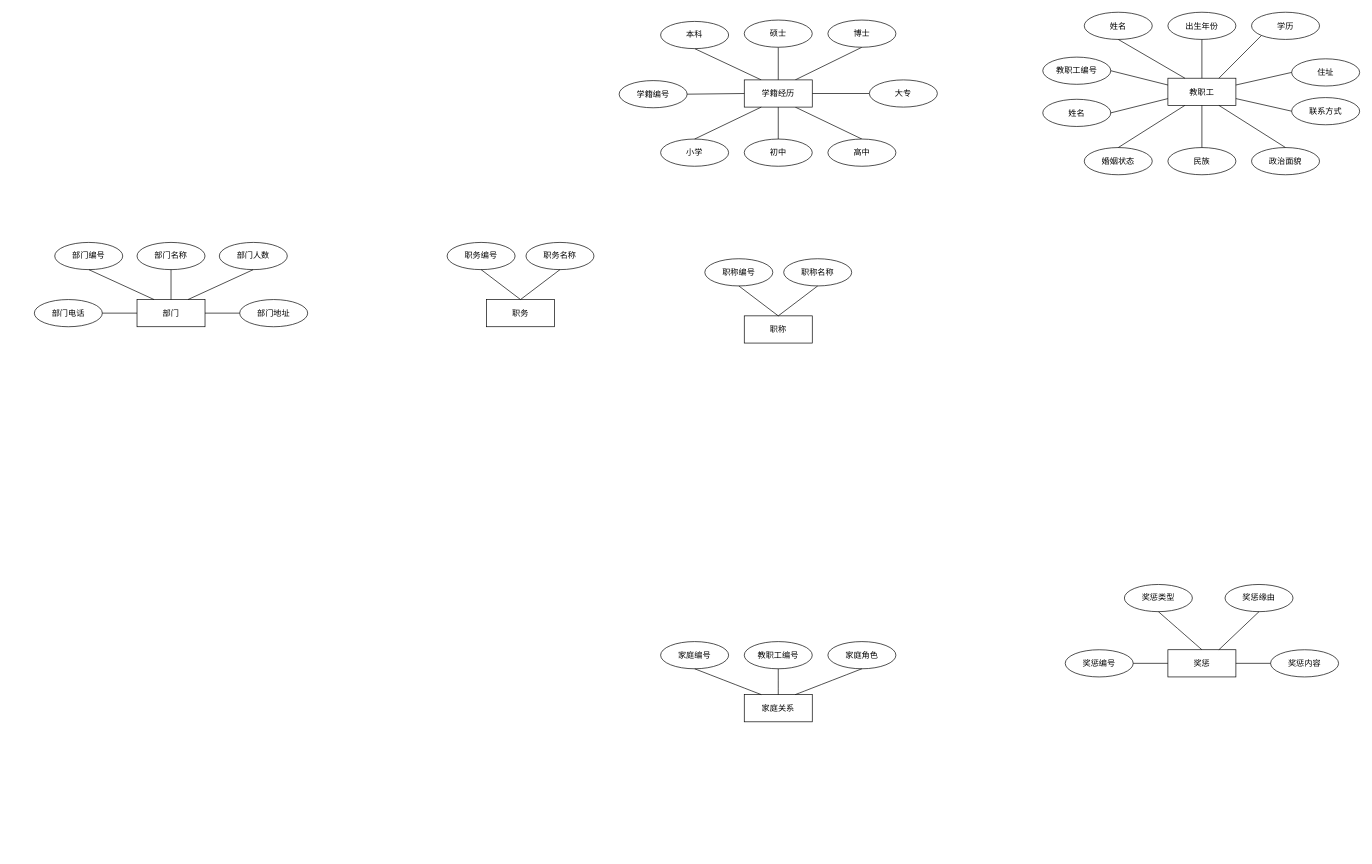
Above: page "局部ER图" (1 of 4) of software-engineering/shrs.drawio in Pineapple666/Draw (draw.io), before the change. Source tidied: cells renumbered, new cells numbered last; positions are measured from the earlier drawing's top-left corner, leaving out a move shared by most shapes. Both pictures are drawn from the tidied source at 68%, with x=0, y=0 at pixel (34, 12).
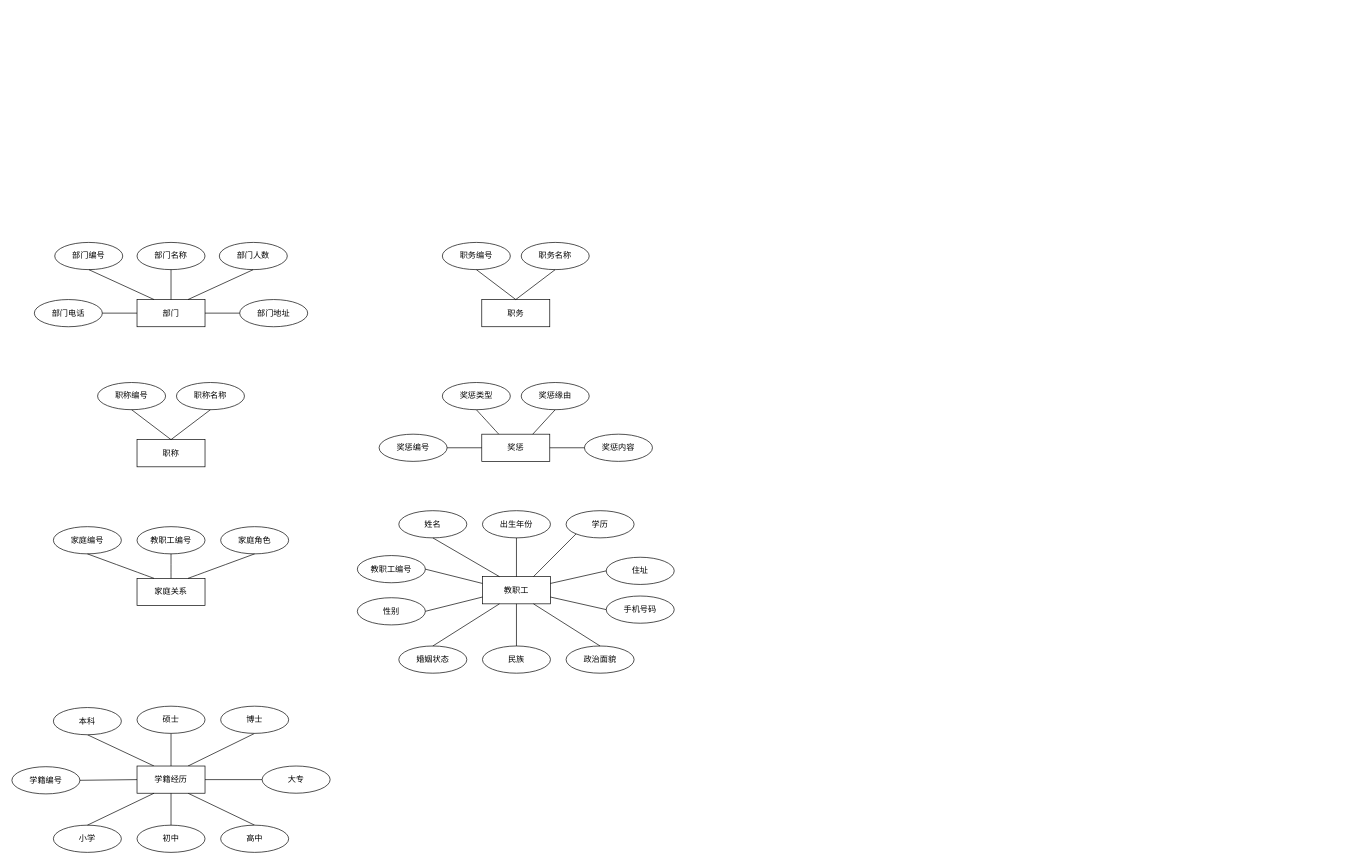
After the change.

Change to the diagram source:
```diff
@@
     <mxCell id="7" value="学籍经历" style="whiteSpace=wrap;html=1;align=center;" parent="1" vertex="1">
-      <mxGeometry x="1044" y="100" width="100" height="40" as="geometry" />
+      <mxGeometry x="151" y="1109" width="100" height="40" as="geometry" />
     </mxCell>
     <mxCell id="8" value="学籍编号" style="ellipse;whiteSpace=wrap;html=1;align=center;" parent="1" vertex="1">
-      <mxGeometry x="860" y="101" width="100" height="40" as="geometry" />
+      <mxGeometry x="-33" y="1110" width="100" height="40" as="geometry" />
     </mxCell>
     <mxCell id="9" value="小学" style="ellipse;whiteSpace=wrap;html=1;align=center;" parent="1" vertex="1">
-      <mxGeometry x="921" y="187" width="100" height="40" as="geometry" />
+      <mxGeometry x="28" y="1196" width="100" height="40" as="geometry" />
     </mxCell>
     <mxCell id="10" value="初中" style="ellipse;whiteSpace=wrap;html=1;align=center;" parent="1" vertex="1">
-      <mxGeometry x="1044" y="187" width="100" height="40" as="geometry" />
+      <mxGeometry x="151" y="1196" width="100" height="40" as="geometry" />
     </mxCell>
     <mxCell id="11" value="本科" style="ellipse;whiteSpace=wrap;html=1;align=center;" parent="1" vertex="1">
-      <mxGeometry x="921" y="14" width="100" height="40" as="geometry" />
+      <mxGeometry x="28" y="1023" width="100" height="40" as="geometry" />
     </mxCell>
     <mxCell id="12" value="大专" style="ellipse;whiteSpace=wrap;html=1;align=center;" parent="1" vertex="1">
-      <mxGeometry x="1228" y="100" width="100" height="40" as="geometry" />
+      <mxGeometry x="335" y="1109" width="100" height="40" as="geometry" />
     </mxCell>
     <mxCell id="13" value="高中" style="ellipse;whiteSpace=wrap;html=1;align=center;" parent="1" vertex="1">
-      <mxGeometry x="1167" y="187" width="100" height="40" as="geometry" />
+      <mxGeometry x="274" y="1196" width="100" height="40" as="geometry" />
     </mxCell>
     <mxCell id="14" value="硕士" style="ellipse;whiteSpace=wrap;html=1;align=center;" parent="1" vertex="1">
-      <mxGeometry x="1044" y="12" width="100" height="40" as="geometry" />
+      <mxGeometry x="151" y="1021" width="100" height="40" as="geometry" />
     </mxCell>
     <mxCell id="15" value="博士" style="ellipse;whiteSpace=wrap;html=1;align=center;" parent="1" vertex="1">
-      <mxGeometry x="1167" y="12" width="100" height="40" as="geometry" />
+      <mxGeometry x="274" y="1021" width="100" height="40" as="geometry" />
     </mxCell>
@@
     <mxCell id="19" value="教职工" style="whiteSpace=wrap;html=1;align=center;" parent="1" vertex="1">
-      <mxGeometry x="1667" y="97.5" width="100" height="40" as="geometry" />
+      <mxGeometry x="659" y="830.5" width="100" height="40" as="geometry" />
     </mxCell>
     <mxCell id="20" value="教职工编号" style="ellipse;whiteSpace=wrap;html=1;align=center;" parent="1" vertex="1">
-      <mxGeometry x="1483" y="66.5" width="100" height="40" as="geometry" />
+      <mxGeometry x="475" y="799.5" width="100" height="40" as="geometry" />
     </mxCell>
-    <mxCell id="21" value="姓名" style="ellipse;whiteSpace=wrap;html=1;align=center;" parent="1" vertex="1">
-      <mxGeometry x="1483" y="128.5" width="100" height="40" as="geometry" />
+    <mxCell id="21" value="性别" style="ellipse;whiteSpace=wrap;html=1;align=center;" parent="1" vertex="1">
+      <mxGeometry x="475" y="861.5" width="100" height="40" as="geometry" />
     </mxCell>
     <mxCell id="22" value="出生年份" style="ellipse;whiteSpace=wrap;html=1;align=center;" parent="1" vertex="1">
-      <mxGeometry x="1667" y="0.5" width="100" height="40" as="geometry" />
+      <mxGeometry x="659" y="733.5" width="100" height="40" as="geometry" />
     </mxCell>
     <mxCell id="23" value="学历" style="ellipse;whiteSpace=wrap;html=1;align=center;" parent="1" vertex="1">
-      <mxGeometry x="1790" y="0.5" width="100" height="40" as="geometry" />
+      <mxGeometry x="782" y="733.5" width="100" height="40" as="geometry" />
     </mxCell>
     <mxCell id="24" value="姓名" style="ellipse;whiteSpace=wrap;html=1;align=center;" parent="1" vertex="1">
-      <mxGeometry x="1544" y="0.5" width="100" height="40" as="geometry" />
+      <mxGeometry x="536" y="733.5" width="100" height="40" as="geometry" />
     </mxCell>
     <mxCell id="25" value="民族" style="ellipse;whiteSpace=wrap;html=1;align=center;" parent="1" vertex="1">
-      <mxGeometry x="1667" y="199.5" width="100" height="40" as="geometry" />
+      <mxGeometry x="659" y="932.5" width="100" height="40" as="geometry" />
     </mxCell>
     <mxCell id="26" value="婚姻状态" style="ellipse;whiteSpace=wrap;html=1;align=center;" parent="1" vertex="1">
-      <mxGeometry x="1544" y="199.5" width="100" height="40" as="geometry" />
+      <mxGeometry x="536" y="932.5" width="100" height="40" as="geometry" />
     </mxCell>
     <mxCell id="27" value="政治面貌" style="ellipse;whiteSpace=wrap;html=1;align=center;" parent="1" vertex="1">
-      <mxGeometry x="1790" y="199.5" width="100" height="40" as="geometry" />
+      <mxGeometry x="782" y="932.5" width="100" height="40" as="geometry" />
     </mxCell>
     <mxCell id="28" value="住址" style="ellipse;whiteSpace=wrap;html=1;align=center;" parent="1" vertex="1">
-      <mxGeometry x="1849" y="69" width="100" height="40" as="geometry" />
+      <mxGeometry x="841" y="802" width="100" height="40" as="geometry" />
     </mxCell>
-    <mxCell id="29" value="联系方式" style="ellipse;whiteSpace=wrap;html=1;align=center;" parent="1" vertex="1">
-      <mxGeometry x="1849" y="126" width="100" height="40" as="geometry" />
+    <mxCell id="29" value="手机号码" style="ellipse;whiteSpace=wrap;html=1;align=center;" parent="1" vertex="1">
+      <mxGeometry x="841" y="859" width="100" height="40" as="geometry" />
     </mxCell>
@@
     <mxCell id="40" value="职称" style="whiteSpace=wrap;html=1;align=center;" parent="1" vertex="1">
-      <mxGeometry x="1044" y="447" width="100" height="40" as="geometry" />
+      <mxGeometry x="151" y="629" width="100" height="40" as="geometry" />
     </mxCell>
     <mxCell id="41" value="职称编号" style="ellipse;whiteSpace=wrap;html=1;align=center;" parent="1" vertex="1">
-      <mxGeometry x="986" y="363" width="100" height="40" as="geometry" />
+      <mxGeometry x="93" y="545" width="100" height="40" as="geometry" />
     </mxCell>
     <mxCell id="42" value="职称名称" style="ellipse;whiteSpace=wrap;html=1;align=center;" parent="1" vertex="1">
-      <mxGeometry x="1102" y="363" width="100" height="40" as="geometry" />
+      <mxGeometry x="209" y="545" width="100" height="40" as="geometry" />
     </mxCell>
@@
     <mxCell id="49" value="奖惩" style="whiteSpace=wrap;html=1;align=center;" parent="1" vertex="1">
-      <mxGeometry x="1667" y="938" width="100" height="40" as="geometry" />
+      <mxGeometry x="658" y="621" width="100" height="40" as="geometry" />
     </mxCell>
     <mxCell id="50" value="奖惩编号" style="ellipse;whiteSpace=wrap;html=1;align=center;" parent="1" vertex="1">
-      <mxGeometry x="1516" y="938" width="100" height="40" as="geometry" />
+      <mxGeometry x="507" y="621" width="100" height="40" as="geometry" />
     </mxCell>
     <mxCell id="51" value="奖惩缘由" style="ellipse;whiteSpace=wrap;html=1;align=center;" parent="1" vertex="1">
-      <mxGeometry x="1751" y="842" width="100" height="40" as="geometry" />
+      <mxGeometry x="716" y="545" width="100" height="40" as="geometry" />
     </mxCell>
     <mxCell id="52" value="奖惩内容" style="ellipse;whiteSpace=wrap;html=1;align=center;" parent="1" vertex="1">
-      <mxGeometry x="1818" y="938" width="100" height="40" as="geometry" />
+      <mxGeometry x="809" y="621" width="100" height="40" as="geometry" />
     </mxCell>
@@
     <mxCell id="57" value="职务" style="whiteSpace=wrap;html=1;align=center;" parent="1" vertex="1">
-      <mxGeometry x="665" y="423" width="100" height="40" as="geometry" />
+      <mxGeometry x="658" y="423" width="100" height="40" as="geometry" />
     </mxCell>
     <mxCell id="58" value="职务编号" style="ellipse;whiteSpace=wrap;html=1;align=center;" parent="1" vertex="1">
-      <mxGeometry x="607" y="339" width="100" height="40" as="geometry" />
+      <mxGeometry x="600" y="339" width="100" height="40" as="geometry" />
     </mxCell>
     <mxCell id="59" value="职务名称" style="ellipse;whiteSpace=wrap;html=1;align=center;" parent="1" vertex="1">
-      <mxGeometry x="723" y="339" width="100" height="40" as="geometry" />
+      <mxGeometry x="716" y="339" width="100" height="40" as="geometry" />
     </mxCell>
@@
     <mxCell id="68" value="家庭关系" style="whiteSpace=wrap;html=1;align=center;" parent="1" vertex="1">
-      <mxGeometry x="1044" y="1004" width="100" height="40" as="geometry" />
+      <mxGeometry x="151" y="833" width="100" height="40" as="geometry" />
     </mxCell>
     <mxCell id="69" value="家庭编号" style="ellipse;whiteSpace=wrap;html=1;align=center;" parent="1" vertex="1">
-      <mxGeometry x="921" y="926" width="100" height="40" as="geometry" />
+      <mxGeometry x="28" y="757" width="100" height="40" as="geometry" />
     </mxCell>
     <mxCell id="70" value="教职工编号" style="ellipse;whiteSpace=wrap;html=1;align=center;" parent="1" vertex="1">
-      <mxGeometry x="1044" y="926" width="100" height="40" as="geometry" />
+      <mxGeometry x="151" y="757" width="100" height="40" as="geometry" />
     </mxCell>
     <mxCell id="71" value="家庭角色" style="ellipse;whiteSpace=wrap;html=1;align=center;" parent="1" vertex="1">
-      <mxGeometry x="1167" y="926" width="100" height="40" as="geometry" />
+      <mxGeometry x="274" y="757" width="100" height="40" as="geometry" />
     </mxCell>
@@
     <mxCell id="75" value="奖惩类型" style="ellipse;whiteSpace=wrap;html=1;align=center;" parent="1" vertex="1">
-      <mxGeometry x="1603" y="842" width="100" height="40" as="geometry" />
+      <mxGeometry x="600" y="545" width="100" height="40" as="geometry" />
     </mxCell>
-    <mxCell id="76" style="endArrow=none;html=1;rounded=0;fontSize=12;startSize=8;endSize=8;curved=1;entryX=0.5;entryY=1;entryDx=0;entryDy=0;exitX=0.5;exitY=0;exitDx=0;exitDy=0;" parent="1" edge="1" source="49" target="75">
+    <mxCell id="76" style="endArrow=none;html=1;rounded=0;fontSize=12;startSize=8;endSize=8;curved=1;entryX=0.5;entryY=1;entryDx=0;entryDy=0;exitX=0.25;exitY=0;exitDx=0;exitDy=0;" parent="1" edge="1" source="49" target="75">
       <mxGeometry relative="1" as="geometry" />
     </mxCell>
```
